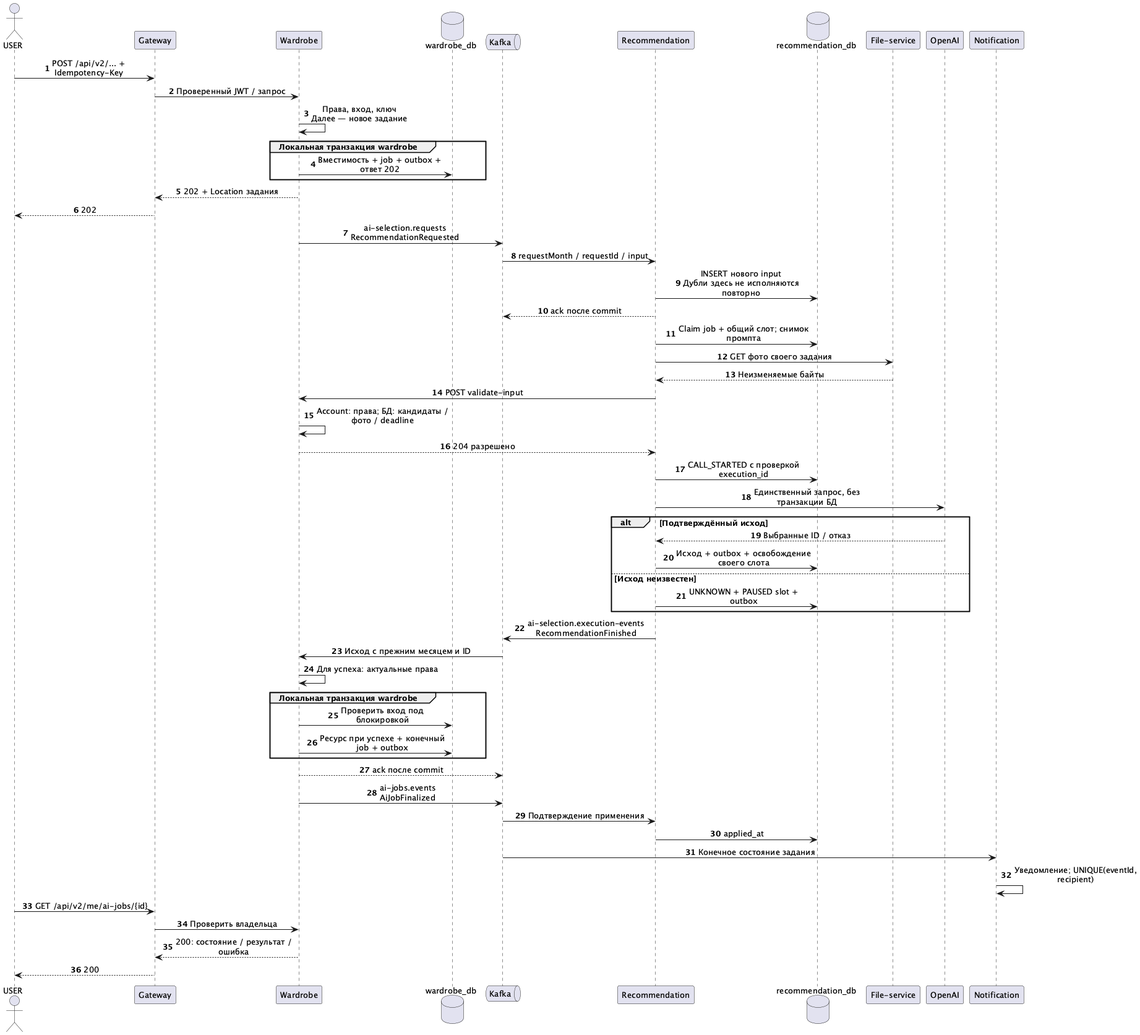
The PlantUML diagram docs/lab4/diagrams/ai-selection.png in SimeonGor/clothes-advisor, before a commit. Its source is kept beside it as docs/lab4/diagrams/ai-selection.puml.
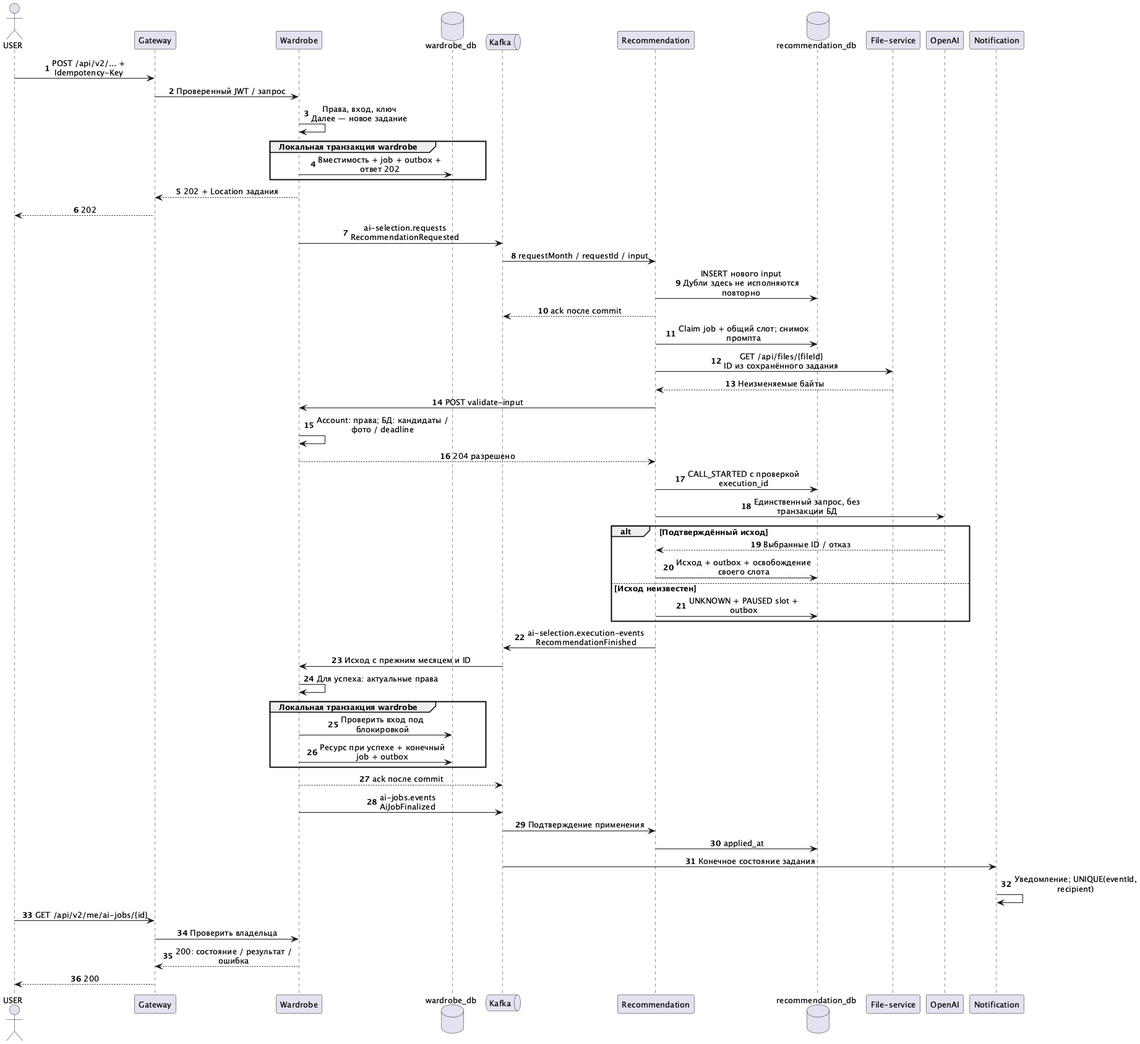
After the change.

The edit, as a diff of the source:
```diff
@@ -29,7 +29,7 @@
 r -> rd : INSERT нового input\nДубли здесь не исполняются повторно
 r --> k : ack после commit
 r -> rd : Claim job + общий слот; снимок промпта
-r -> f : GET фото своего задания
+r -> f : GET /api/files/{fileId}\nID из сохранённого задания
 f --> r : Неизменяемые байты
 r -> w : POST validate-input
 w -> w : Account: права; БД: кандидаты / фото / deadline
```
